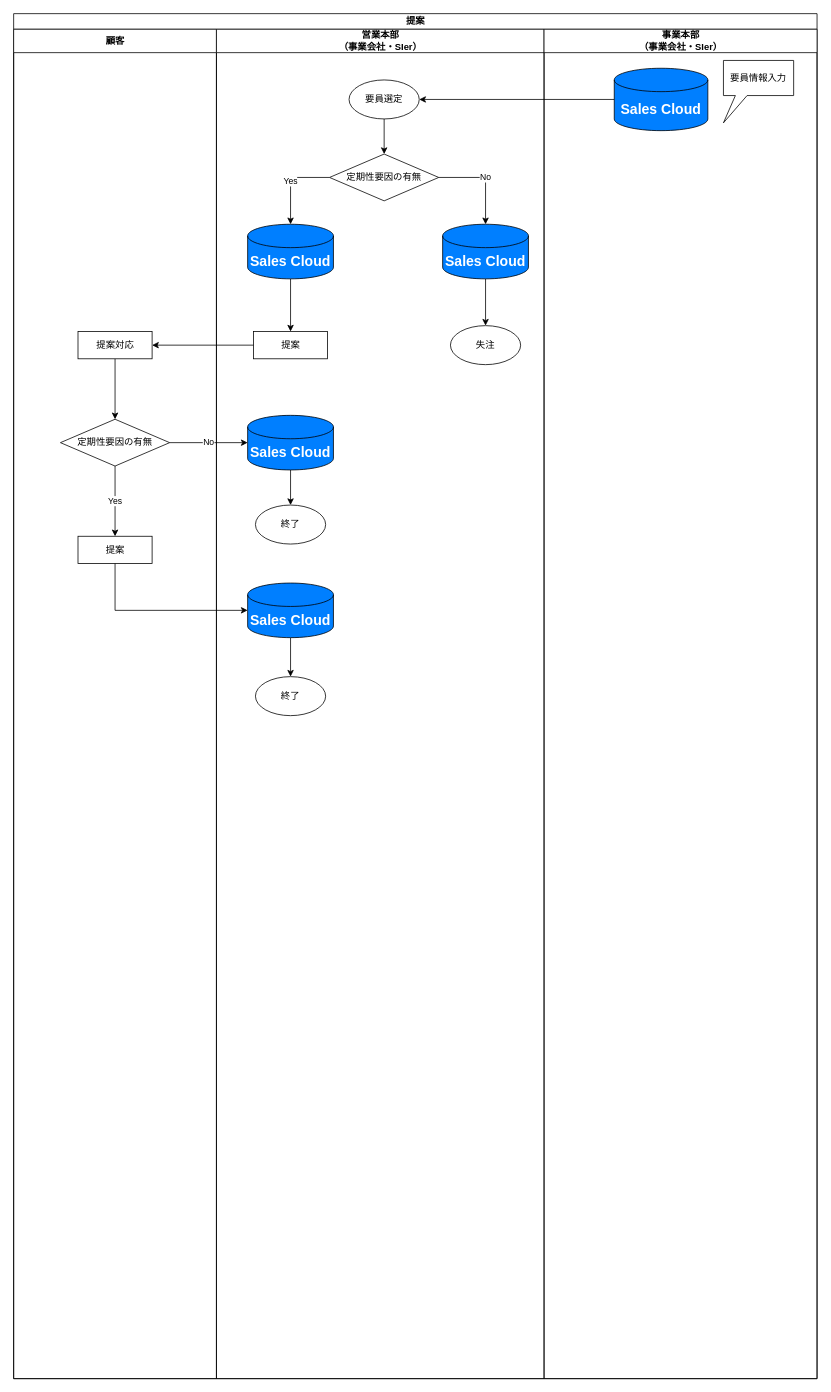
This is page "提案" (3 of 3) of 20230622To-Be業務フロー図.drawio from TaikiHorita/TaikiRepository, a draw.io file, before an edit. Source tidied: cells renumbered, new cells numbered last; positions are measured from the earlier drawing's top-left corner, leaving out a move shared by most shapes. Both pictures are drawn from the tidied source at 78%, with x=0, y=0 at pixel (13, 13).
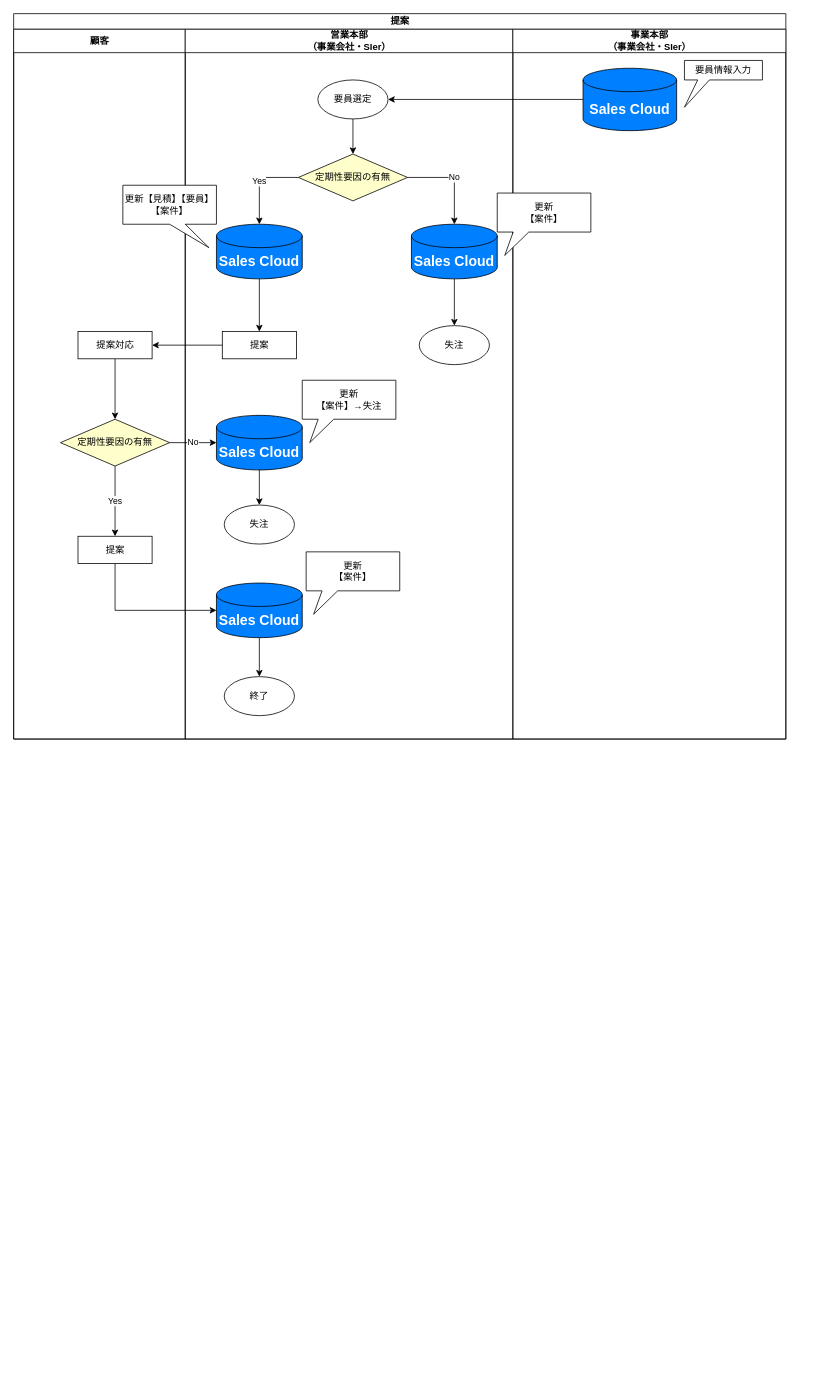
Above is the later version.

Commit message:
20230622To-Be業務フロー図.drawio を更新します

The edit, as a diff of the source:
```diff
@@
     <mxCell id="2" value="提案" style="swimlane;startSize=20;html=1;" parent="1" vertex="1">
-      <mxGeometry width="1030" height="1750" as="geometry" />
+      <mxGeometry width="990" height="930" as="geometry" />
     </mxCell>
-    <mxCell id="3" value="顧客" style="swimlane;startSize=30;html=1;" parent="2" vertex="1">
-      <mxGeometry y="20" width="260" height="1730" as="geometry" />
+    <mxCell id="3" value="顧客" style="swimlane;startSize=30;html=1;fillColor=#FFFFFF;" parent="2" vertex="1">
+      <mxGeometry y="20" width="220" height="910" as="geometry" />
     </mxCell>
@@
-    <mxCell id="7" value="定期性要因の有無" style="rhombus;whiteSpace=wrap;html=1;" parent="3" vertex="1">
+    <mxCell id="7" value="定期性要因の有無" style="rhombus;whiteSpace=wrap;html=1;fillColor=#FFFFCC;" parent="3" vertex="1">
       <mxGeometry x="60" y="500" width="140" height="60" as="geometry" />
     </mxCell>
@@
     <mxCell id="9" value="営業本部&lt;br&gt;（事業会社・SIer）" style="swimlane;startSize=30;html=1;" parent="2" vertex="1">
-      <mxGeometry x="260" y="20" width="420" height="1730" as="geometry" />
+      <mxGeometry x="220" y="20" width="420" height="910" as="geometry" />
     </mxCell>
@@
-    <mxCell id="14" value="定期性要因の有無" style="rhombus;whiteSpace=wrap;html=1;" parent="9" vertex="1">
+    <mxCell id="14" value="定期性要因の有無" style="rhombus;whiteSpace=wrap;html=1;fillColor=#FFFFCC;" parent="9" vertex="1">
       <mxGeometry x="145" y="160" width="140" height="60" as="geometry" />
     </mxCell>
@@
-    <mxCell id="23" value="終了" style="ellipse;whiteSpace=wrap;html=1;" parent="9" vertex="1">
+    <mxCell id="23" value="失注" style="ellipse;whiteSpace=wrap;html=1;" parent="9" vertex="1">
       <mxGeometry x="50" y="610" width="90" height="50" as="geometry" />
     </mxCell>
@@
+    <mxCell id="34" value="更新【見積】【要員】【案件】" style="shape=callout;whiteSpace=wrap;html=1;perimeter=calloutPerimeter;position2=0.92;fillColor=#FFFFFF;" parent="9" vertex="1">
+      <mxGeometry x="-80" y="200" width="120" height="80" as="geometry" />
+    </mxCell>
+    <mxCell id="35" value="更新&lt;br&gt;【案件】→失注" style="shape=callout;whiteSpace=wrap;html=1;perimeter=calloutPerimeter;position2=0.08;size=30;position=0.17;base=20;" parent="9" vertex="1">
+      <mxGeometry x="150" y="450" width="120" height="80" as="geometry" />
+    </mxCell>
+    <mxCell id="36" value="更新&lt;br&gt;【案件】" style="shape=callout;whiteSpace=wrap;html=1;perimeter=calloutPerimeter;position2=0.08;size=30;position=0.17;base=20;" parent="9" vertex="1">
+      <mxGeometry x="155" y="670" width="120" height="80" as="geometry" />
+    </mxCell>
@@
     <mxCell id="28" value="事業本部&lt;br&gt;（事業会社・SIer）" style="swimlane;startSize=30;html=1;" parent="2" vertex="1">
-      <mxGeometry x="680" y="20" width="350" height="1730" as="geometry" />
+      <mxGeometry x="640" y="20" width="350" height="910" as="geometry" />
     </mxCell>
@@
     <mxCell id="30" value="要員情報入力" style="shape=callout;whiteSpace=wrap;html=1;perimeter=calloutPerimeter;size=35;position=0.17;position2=0;base=15;rotation=0;" parent="28" vertex="1">
-      <mxGeometry x="230" y="40" width="90" height="80" as="geometry" />
+      <mxGeometry x="220" y="40" width="100" height="60" as="geometry" />
     </mxCell>
+    <mxCell id="37" value="更新&lt;br&gt;【案件】" style="shape=callout;whiteSpace=wrap;html=1;perimeter=calloutPerimeter;position2=0.08;size=30;position=0.17;base=20;" parent="28" vertex="1">
+      <mxGeometry x="-20" y="210" width="120" height="80" as="geometry" />
+    </mxCell>
```
